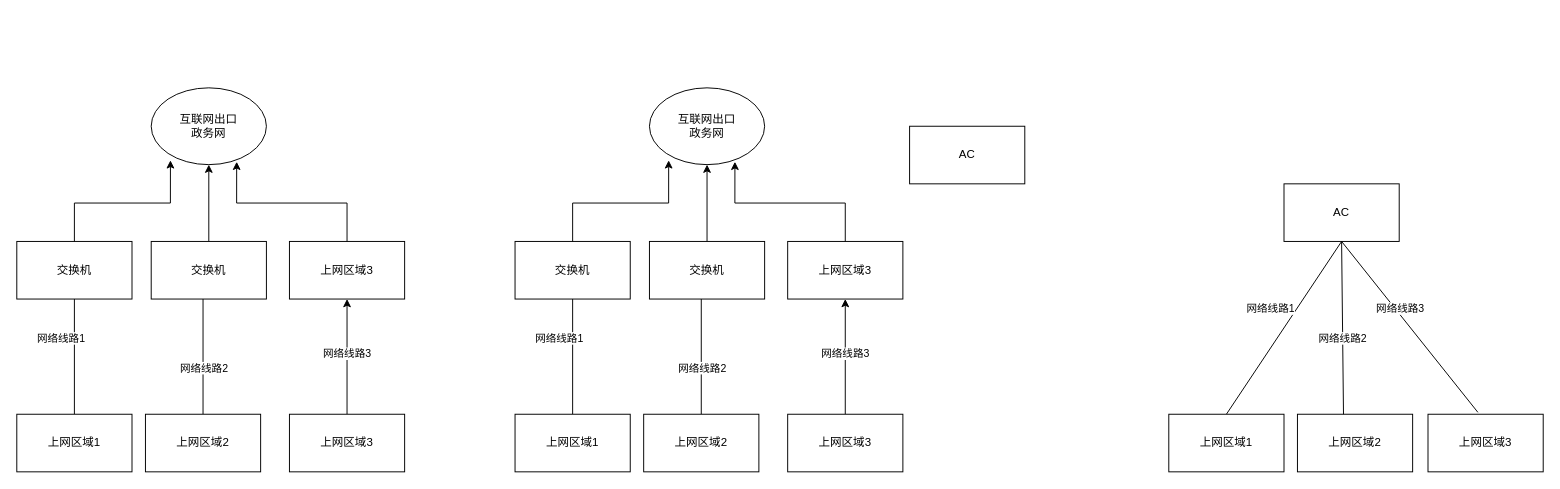
wyaow/drawio keeps this draw.io diagram as src/未命名绘图.drawio. Above is the earlier version. Source tidied: cells renumbered, new cells numbered last; positions are measured from the earlier drawing's top-left corner, leaving out a move shared by most shapes. Both pictures are drawn from the tidied source at 96%, with x=0, y=0 at pixel (16, 87).
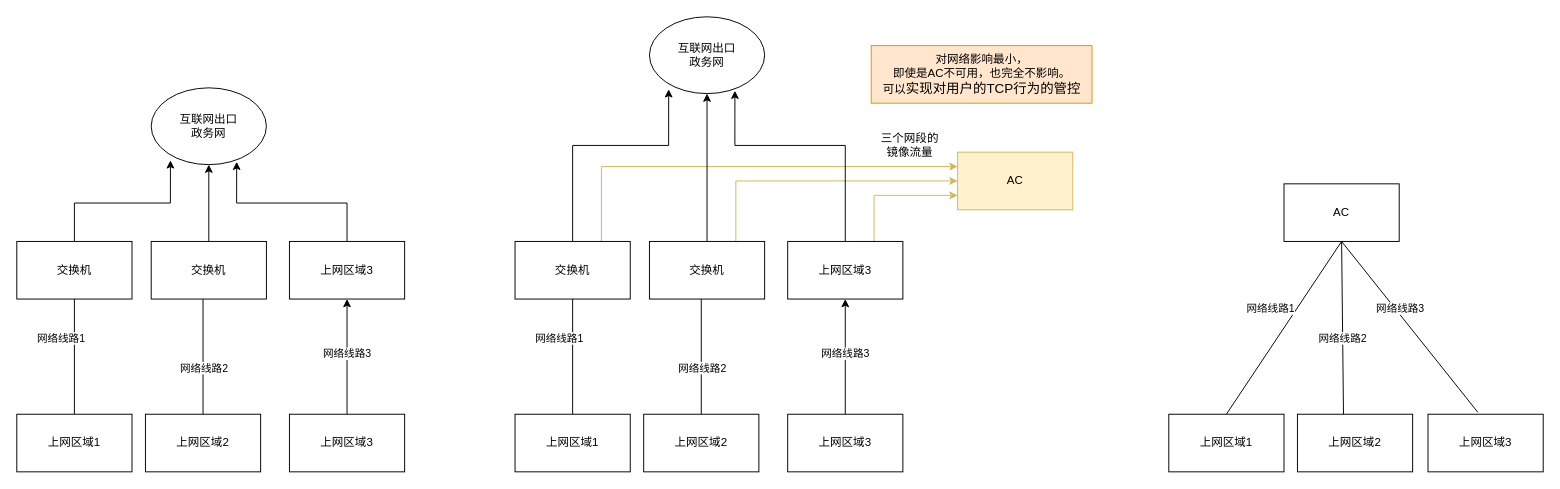
Above is the later version.

Commit message (it also covers changes not shown here):
更新未命名绘图.drawio

The change refers to these unchanged cells:
```xml
<mxCell id="28" value="交换机" style="rounded=0;whiteSpace=wrap;html=1;" parent="1" vertex="1">
  <mxGeometry x="519" y="160" width="120" height="60" as="geometry" />
</mxCell>
<mxCell id="39" value="交换机" style="rounded=0;whiteSpace=wrap;html=1;" parent="1" vertex="1">
  <mxGeometry x="659" y="160" width="120" height="60" as="geometry" />
</mxCell>
<mxCell id="42" value="上网区域3" style="rounded=0;whiteSpace=wrap;html=1;" parent="1" vertex="1">
  <mxGeometry x="803" y="160" width="120" height="60" as="geometry" />
</mxCell>
```

What changed in the source:
```diff
@@
+    <mxCell id="45" style="edgeStyle=orthogonalEdgeStyle;rounded=0;jettySize=auto;html=1;exitX=0.75;exitY=0;exitDx=0;exitDy=0;entryX=0;entryY=0.25;entryDx=0;entryDy=0;fillColor=#fff2cc;strokeColor=#d6b656;" parent="1" edge="1" source="28" target="44">
+      <mxGeometry relative="1" as="geometry" />
+    </mxCell>
@@
+    <mxCell id="46" style="edgeStyle=orthogonalEdgeStyle;rounded=0;jettySize=auto;html=1;exitX=0.75;exitY=0;exitDx=0;exitDy=0;entryX=0;entryY=0.5;entryDx=0;entryDy=0;fillColor=#fff2cc;strokeColor=#d6b656;" parent="1" edge="1" source="39" target="44">
+      <mxGeometry relative="1" as="geometry" />
+    </mxCell>
@@
     <mxCell id="40" value="互联网出口&lt;br&gt;政务网" style="ellipse;whiteSpace=wrap;html=1;" parent="1" vertex="1">
-      <mxGeometry x="659" width="120" height="80" as="geometry" />
+      <mxGeometry x="659" y="-74" width="120" height="80" as="geometry" />
     </mxCell>
     <mxCell id="41" style="edgeStyle=orthogonalEdgeStyle;rounded=0;jettySize=auto;html=1;exitX=0.5;exitY=0;exitDx=0;exitDy=0;entryX=0.167;entryY=0.944;entryDx=0;entryDy=0;entryPerimeter=0;" parent="1" edge="1" source="28" target="40">
-      <mxGeometry relative="1" as="geometry" />
+      <mxGeometry relative="1" as="geometry">
+        <Array as="points">
+          <mxPoint x="579" y="60" />
+          <mxPoint x="679" y="60" />
+        </Array>
+      </mxGeometry>
     </mxCell>
+    <mxCell id="47" style="edgeStyle=orthogonalEdgeStyle;rounded=0;jettySize=auto;html=1;exitX=0.75;exitY=0;exitDx=0;exitDy=0;entryX=0;entryY=0.75;entryDx=0;entryDy=0;fillColor=#fff2cc;strokeColor=#d6b656;" parent="1" edge="1" source="42" target="44">
+      <mxGeometry relative="1" as="geometry" />
+    </mxCell>
@@
     <mxCell id="43" style="edgeStyle=orthogonalEdgeStyle;rounded=0;jettySize=auto;html=1;exitX=0.5;exitY=0;exitDx=0;exitDy=0;entryX=0.742;entryY=0.963;entryDx=0;entryDy=0;entryPerimeter=0;" parent="1" edge="1" source="42" target="40">
-      <mxGeometry relative="1" as="geometry" />
+      <mxGeometry relative="1" as="geometry">
+        <Array as="points">
+          <mxPoint x="863" y="60" />
+          <mxPoint x="748" y="60" />
+        </Array>
+      </mxGeometry>
     </mxCell>
-    <mxCell id="44" value="AC" style="rounded=0;whiteSpace=wrap;html=1;" parent="1" vertex="1">
-      <mxGeometry x="930" y="40" width="120" height="60" as="geometry" />
+    <mxCell id="44" value="AC" style="rounded=0;whiteSpace=wrap;html=1;fillColor=#fff2cc;strokeColor=#d6b656;" parent="1" vertex="1">
+      <mxGeometry x="980" y="67" width="120" height="60" as="geometry" />
     </mxCell>
+    <mxCell id="48" value="三个网段的&lt;br&gt;镜像流量" style="text;html=1;align=center;verticalAlign=middle;strokeColor=none;fillColor=none;" parent="1" vertex="1">
+      <mxGeometry x="890" y="40" width="80" height="40" as="geometry" />
+    </mxCell>
+    <mxCell id="49" value="对网络影响最小，&lt;br&gt;即使是AC不可用，也完全不影响。&lt;br&gt;可以&lt;font style=&quot;font-family: 宋体; font-size: 10.5pt; text-align: justify; background-color: initial;&quot; face=&quot;宋体&quot;&gt;实现对用户的&lt;/font&gt;&lt;font style=&quot;font-family: 宋体; font-size: 10.5pt; text-align: justify; background-color: initial;&quot; face=&quot;宋体&quot;&gt;TCP行为的管控&lt;/font&gt;" style="text;html=1;align=center;verticalAlign=middle;strokeColor=#d79b00;fillColor=#ffe6cc;" parent="1" vertex="1">
+      <mxGeometry x="890" y="-44" width="230" height="60" as="geometry" />
+    </mxCell>
```
